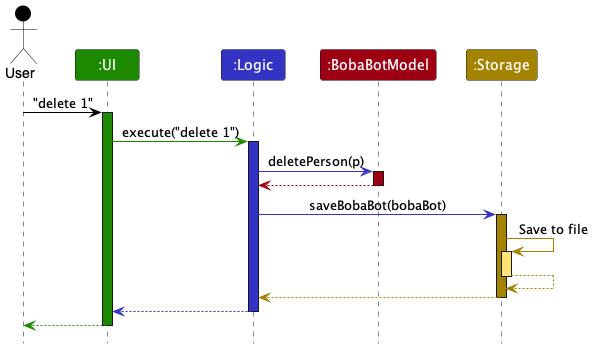
nus-cs2103-AY2223S1/tp keeps this PlantUML diagram as docs/images/ArchitectureSequenceDiagram.png. Above is the earlier version.
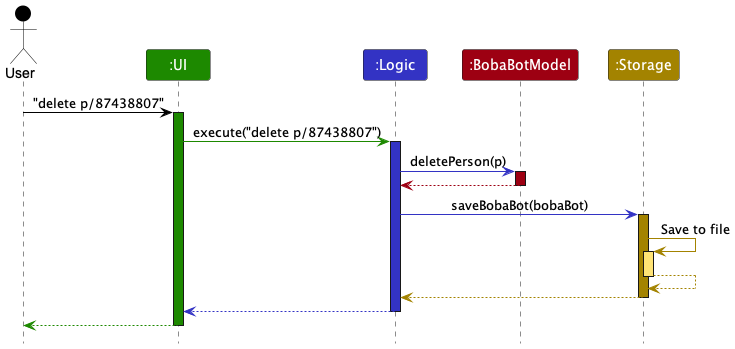
The same file after the commit.

The edit, as a diff of the source:
```diff
@@ -7,10 +7,10 @@
 Participant ":BobaBotModel" as model MODEL_COLOR
 Participant ":Storage" as storage STORAGE_COLOR
 
-user -[USER_COLOR]> ui : "delete 1"
+user -[USER_COLOR]> ui : "delete p/87438807"
 activate ui UI_COLOR
 
-ui -[UI_COLOR]> logic : execute("delete 1")
+ui -[UI_COLOR]> logic : execute("delete p/87438807")
 activate logic LOGIC_COLOR
 
 logic -[LOGIC_COLOR]> model : deletePerson(p)
```
